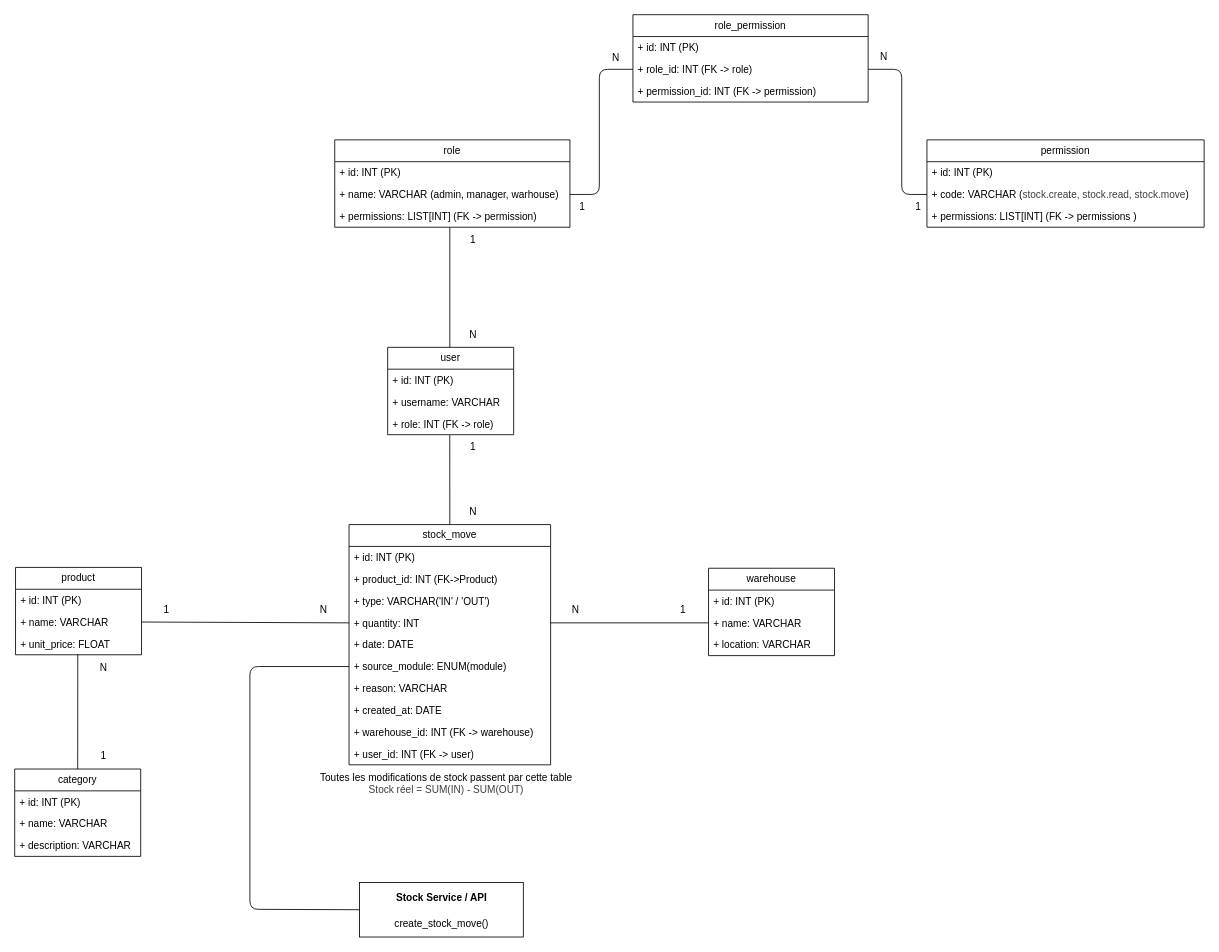
This is stock_core.drawio from aymeneloulinti-ux/odoo-project, a draw.io file, before an edit. Source tidied: cells renumbered, new cells numbered last; positions are measured from the earlier drawing's top-left corner, leaving out a move shared by most shapes. Both pictures are drawn from the tidied source at 84%, with x=0, y=0 at pixel (14, 14).
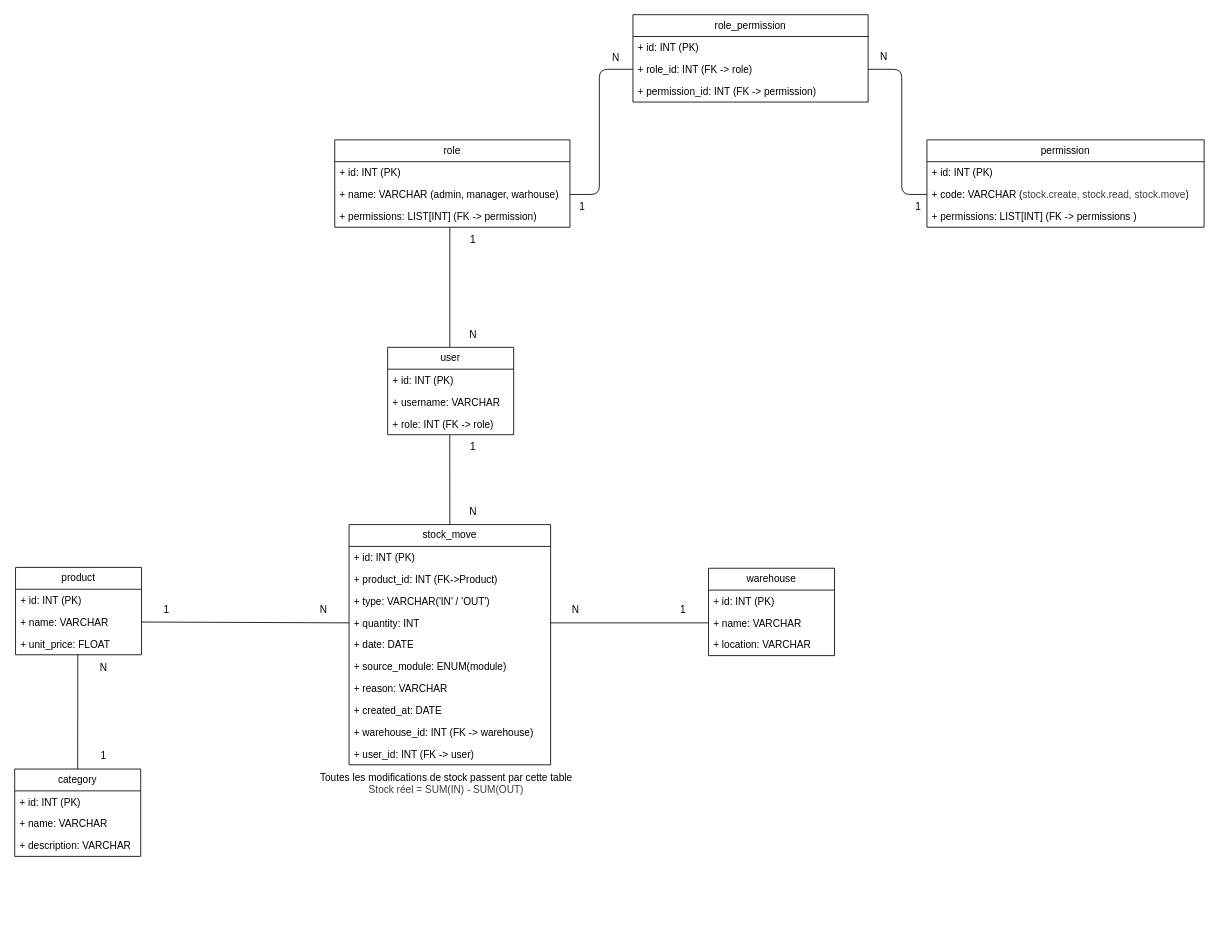
The same diagram, later.

The change refers to these unchanged cells:
```xml
<mxCell id="12" value="+ source_module: ENUM(module)" style="text;strokeColor=none;fillColor=none;align=left;verticalAlign=top;spacingLeft=4;spacingRight=4;overflow=hidden;points=[[0,0.5],[1,0.5]];portConstraint=eastwest;whiteSpace=wrap;html=1;" parent="6" vertex="1">
  <mxGeometry y="156" width="240" height="26" as="geometry" />
</mxCell>
```

The edit, as a diff of the source:
```diff
@@
-    <mxCell id="21" style="rounded=0;whiteSpace=wrap;html=1;" parent="1" vertex="1">
-      <mxGeometry x="410.5" y="1033" width="195" height="65" as="geometry" />
-    </mxCell>
-    <mxCell id="22" value="&lt;b&gt;Stock Service / API&lt;/b&gt;" style="text;html=1;align=center;verticalAlign=middle;whiteSpace=wrap;rounded=0;" parent="1" vertex="1">
-      <mxGeometry x="424.8" y="1036.5" width="166.5" height="30" as="geometry" />
-    </mxCell>
-    <mxCell id="23" style="endArrow=none;html=1;entryX=0;entryY=0.5;entryDx=0;entryDy=0;exitX=0;exitY=0.5;exitDx=0;exitDy=0;" parent="1" edge="1" source="21" target="12">
-      <mxGeometry relative="1" as="geometry">
-        <Array as="points">
-          <mxPoint x="280" y="1065" />
-          <mxPoint x="280" y="776" />
-        </Array>
-      </mxGeometry>
-    </mxCell>
-    <mxCell id="24" value="create_stock_move()" style="text;html=1;align=center;verticalAlign=middle;whiteSpace=wrap;rounded=0;" parent="1" vertex="1">
-      <mxGeometry x="424.8" y="1066.5" width="166.5" height="30" as="geometry" />
-    </mxCell>
```
